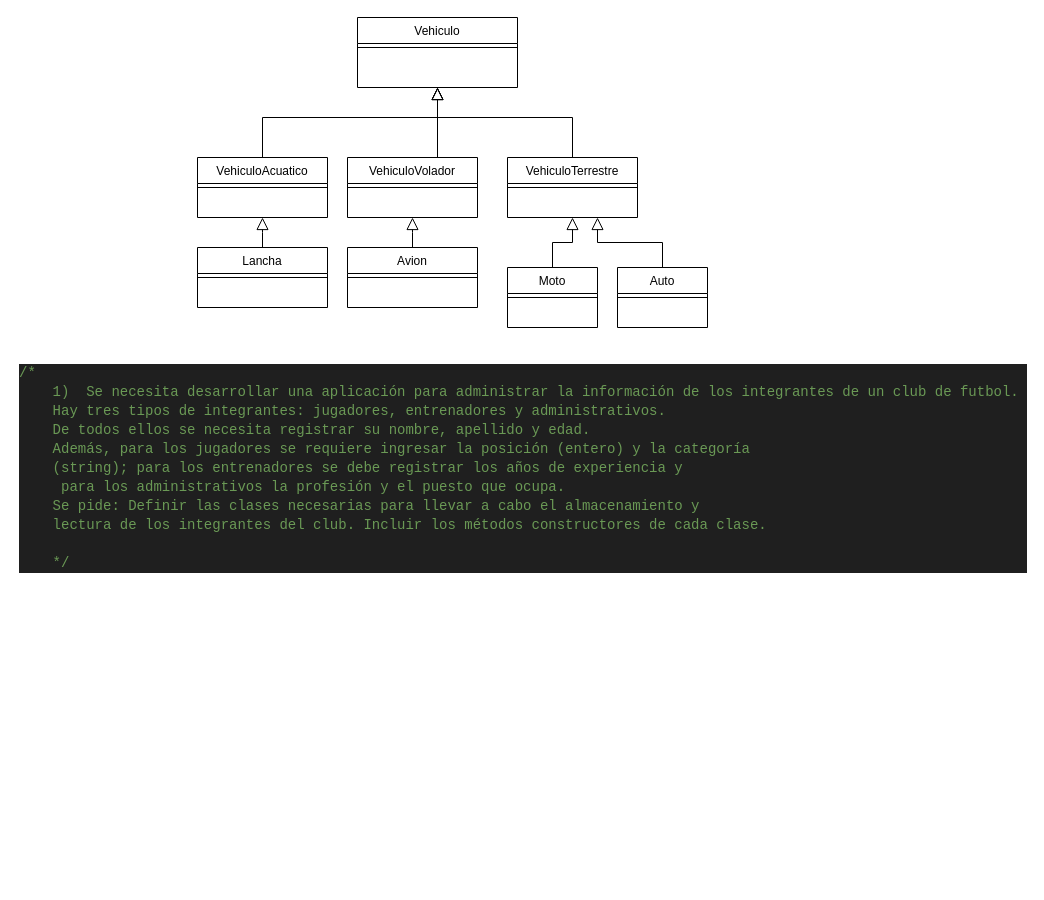
Above: DesarrolloOrientadoObjetos/parcial1.drawio in monick96/PracticeCsharp (draw.io), before the change. Source tidied: cells renumbered, new cells numbered last; positions are measured from the earlier drawing's top-left corner, leaving out a move shared by most shapes. Both pictures are drawn from the tidied source at 100%, with x=0, y=0 at pixel (17, 17).
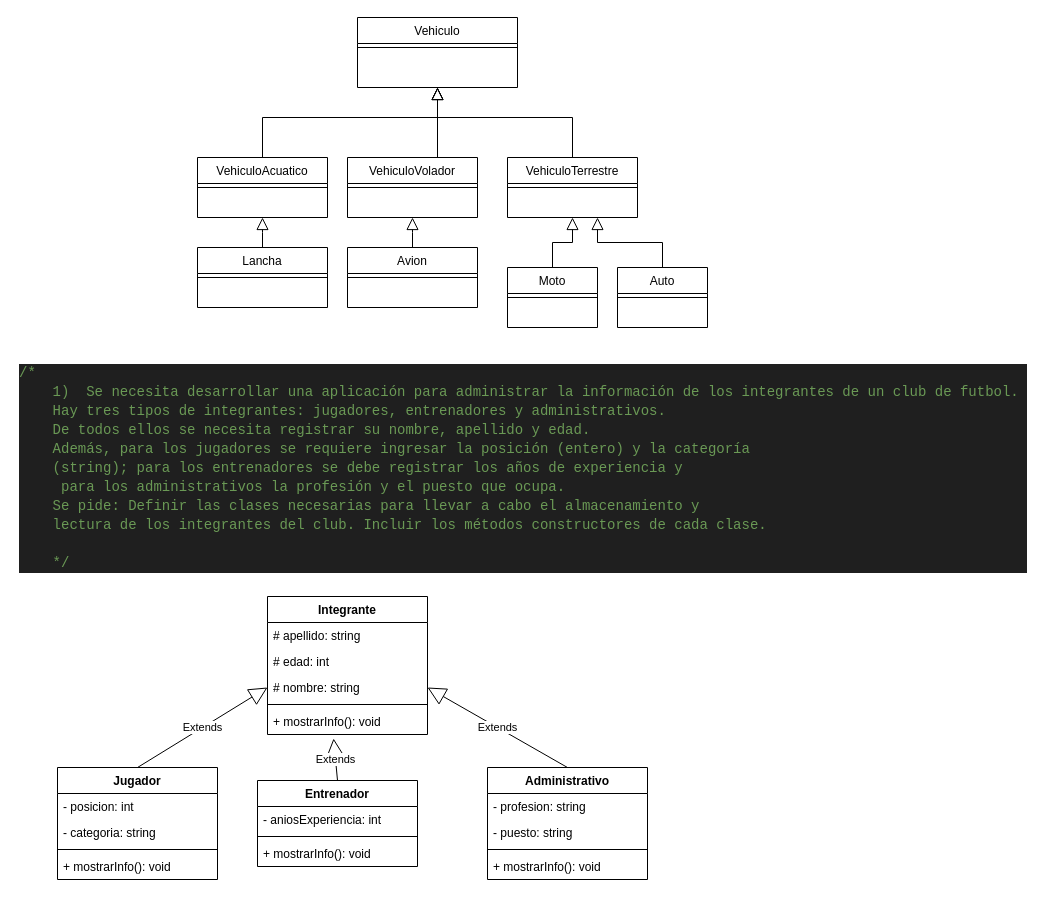
After the change.

Change to the diagram source:
```diff
@@
+    <mxCell id="26" value="Integrante" style="swimlane;fontStyle=1;align=center;verticalAlign=top;horizontal=1;startSize=26;whiteSpace=wrap;html=1;" parent="1" vertex="1">
+      <mxGeometry x="250" y="579" width="160" height="138" as="geometry" />
+    </mxCell>
+    <mxCell id="27" value="# apellido: string" style="text;strokeColor=none;fillColor=none;align=left;verticalAlign=top;spacingLeft=4;spacingRight=4;overflow=hidden;whiteSpace=wrap;html=1;" parent="26" vertex="1">
+      <mxGeometry y="26" width="160" height="26" as="geometry" />
+    </mxCell>
+    <mxCell id="28" value="# edad: int" style="text;strokeColor=none;fillColor=none;align=left;verticalAlign=top;spacingLeft=4;spacingRight=4;overflow=hidden;whiteSpace=wrap;html=1;" parent="26" vertex="1">
+      <mxGeometry y="52" width="160" height="26" as="geometry" />
+    </mxCell>
+    <mxCell id="29" value="# nombre: string" style="text;strokeColor=none;fillColor=none;align=left;verticalAlign=top;spacingLeft=4;spacingRight=4;overflow=hidden;points=[[0,0.5],[1,0.5]];portConstraint=eastwest;whiteSpace=wrap;html=1;" parent="26" vertex="1">
+      <mxGeometry y="78" width="160" height="26" as="geometry" />
+    </mxCell>
+    <mxCell id="30" style="line;strokeWidth=1;fillColor=none;align=left;verticalAlign=middle;spacingTop=-1;spacingLeft=3;spacingRight=3;labelPosition=right;strokeColor=inherit;" parent="26" vertex="1">
+      <mxGeometry y="104" width="160" height="8" as="geometry" />
+    </mxCell>
+    <mxCell id="31" value="+ mostrarInfo(): void" style="text;strokeColor=none;fillColor=none;align=left;verticalAlign=top;spacingLeft=4;spacingRight=4;overflow=hidden;points=[[0,0.5],[1,0.5]];portConstraint=eastwest;whiteSpace=wrap;html=1;" parent="26" vertex="1">
+      <mxGeometry y="112" width="160" height="26" as="geometry" />
+    </mxCell>
+    <mxCell id="32" value="Jugador" style="swimlane;fontStyle=1;align=center;verticalAlign=top;horizontal=1;startSize=26;whiteSpace=wrap;html=1;" parent="1" vertex="1">
+      <mxGeometry x="40" y="750" width="160" height="112" as="geometry" />
+    </mxCell>
+    <mxCell id="33" value="- posicion: int" style="text;strokeColor=none;fillColor=none;align=left;verticalAlign=top;spacingLeft=4;spacingRight=4;overflow=hidden;whiteSpace=wrap;html=1;" parent="32" vertex="1">
+      <mxGeometry y="26" width="160" height="26" as="geometry" />
+    </mxCell>
+    <mxCell id="34" value="- categoria: string" style="text;strokeColor=none;fillColor=none;align=left;verticalAlign=top;spacingLeft=4;spacingRight=4;overflow=hidden;whiteSpace=wrap;html=1;" parent="32" vertex="1">
+      <mxGeometry y="52" width="160" height="26" as="geometry" />
+    </mxCell>
+    <mxCell id="35" style="line;strokeWidth=1;fillColor=none;align=left;verticalAlign=middle;spacingTop=-1;spacingLeft=3;spacingRight=3;labelPosition=right;strokeColor=inherit;" parent="32" vertex="1">
+      <mxGeometry y="78" width="160" height="8" as="geometry" />
+    </mxCell>
+    <mxCell id="36" value="+ mostrarInfo(): void" style="text;strokeColor=none;fillColor=none;align=left;verticalAlign=top;spacingLeft=4;spacingRight=4;overflow=hidden;whiteSpace=wrap;html=1;" parent="32" vertex="1">
+      <mxGeometry y="86" width="160" height="26" as="geometry" />
+    </mxCell>
+    <mxCell id="37" value="Entrenador" style="swimlane;fontStyle=1;align=center;verticalAlign=top;horizontal=1;startSize=26;whiteSpace=wrap;html=1;" parent="1" vertex="1">
+      <mxGeometry x="240" y="763" width="160" height="86" as="geometry" />
+    </mxCell>
+    <mxCell id="38" value="- aniosExperiencia: int" style="text;strokeColor=none;fillColor=none;align=left;verticalAlign=top;spacingLeft=4;spacingRight=4;overflow=hidden;whiteSpace=wrap;html=1;" parent="37" vertex="1">
+      <mxGeometry y="26" width="160" height="26" as="geometry" />
+    </mxCell>
+    <mxCell id="39" style="line;strokeWidth=1;fillColor=none;align=left;verticalAlign=middle;spacingTop=-1;spacingLeft=3;spacingRight=3;labelPosition=right;strokeColor=inherit;" parent="37" vertex="1">
+      <mxGeometry y="52" width="160" height="8" as="geometry" />
+    </mxCell>
+    <mxCell id="40" value="+ mostrarInfo(): void" style="text;strokeColor=none;fillColor=none;align=left;verticalAlign=top;spacingLeft=4;spacingRight=4;overflow=hidden;whiteSpace=wrap;html=1;" parent="37" vertex="1">
+      <mxGeometry y="60" width="160" height="26" as="geometry" />
+    </mxCell>
+    <mxCell id="41" value="Administrativo" style="swimlane;fontStyle=1;align=center;verticalAlign=top;horizontal=1;startSize=26;whiteSpace=wrap;html=1;" parent="1" vertex="1">
+      <mxGeometry x="470" y="750" width="160" height="112" as="geometry" />
+    </mxCell>
+    <mxCell id="42" value="- profesion: string" style="text;strokeColor=none;fillColor=none;align=left;verticalAlign=top;spacingLeft=4;spacingRight=4;overflow=hidden;whiteSpace=wrap;html=1;" parent="41" vertex="1">
+      <mxGeometry y="26" width="160" height="26" as="geometry" />
+    </mxCell>
+    <mxCell id="43" value="- puesto: string" style="text;strokeColor=none;fillColor=none;align=left;verticalAlign=top;spacingLeft=4;spacingRight=4;overflow=hidden;whiteSpace=wrap;html=1;" parent="41" vertex="1">
+      <mxGeometry y="52" width="160" height="26" as="geometry" />
+    </mxCell>
+    <mxCell id="44" style="line;strokeWidth=1;fillColor=none;align=left;verticalAlign=middle;spacingTop=-1;spacingLeft=3;spacingRight=3;labelPosition=right;strokeColor=inherit;" parent="41" vertex="1">
+      <mxGeometry y="78" width="160" height="8" as="geometry" />
+    </mxCell>
+    <mxCell id="45" value="+ mostrarInfo(): void" style="text;strokeColor=none;fillColor=none;align=left;verticalAlign=top;spacingLeft=4;spacingRight=4;overflow=hidden;whiteSpace=wrap;html=1;" parent="41" vertex="1">
+      <mxGeometry y="86" width="160" height="26" as="geometry" />
+    </mxCell>
+    <mxCell id="46" value="Extends" style="endArrow=block;endSize=16;endFill=0;html=1;rounded=0;exitX=0.5;exitY=0;exitDx=0;exitDy=0;entryX=0;entryY=0.5;entryDx=0;entryDy=0;" parent="1" edge="1" source="32" target="29">
+      <mxGeometry relative="1" as="geometry" />
+    </mxCell>
+    <mxCell id="47" value="Extends" style="endArrow=block;endSize=16;endFill=0;html=1;rounded=0;exitX=0.5;exitY=0;exitDx=0;exitDy=0;entryX=0.413;entryY=1.154;entryDx=0;entryDy=0;entryPerimeter=0;" parent="1" edge="1" source="37" target="31">
+      <mxGeometry relative="1" as="geometry" />
+    </mxCell>
+    <mxCell id="48" value="Extends" style="endArrow=block;endSize=16;endFill=0;html=1;rounded=0;exitX=0.5;exitY=0;exitDx=0;exitDy=0;entryX=1;entryY=0.5;entryDx=0;entryDy=0;" parent="1" edge="1" source="41" target="29">
+      <mxGeometry relative="1" as="geometry" />
+    </mxCell>
```
